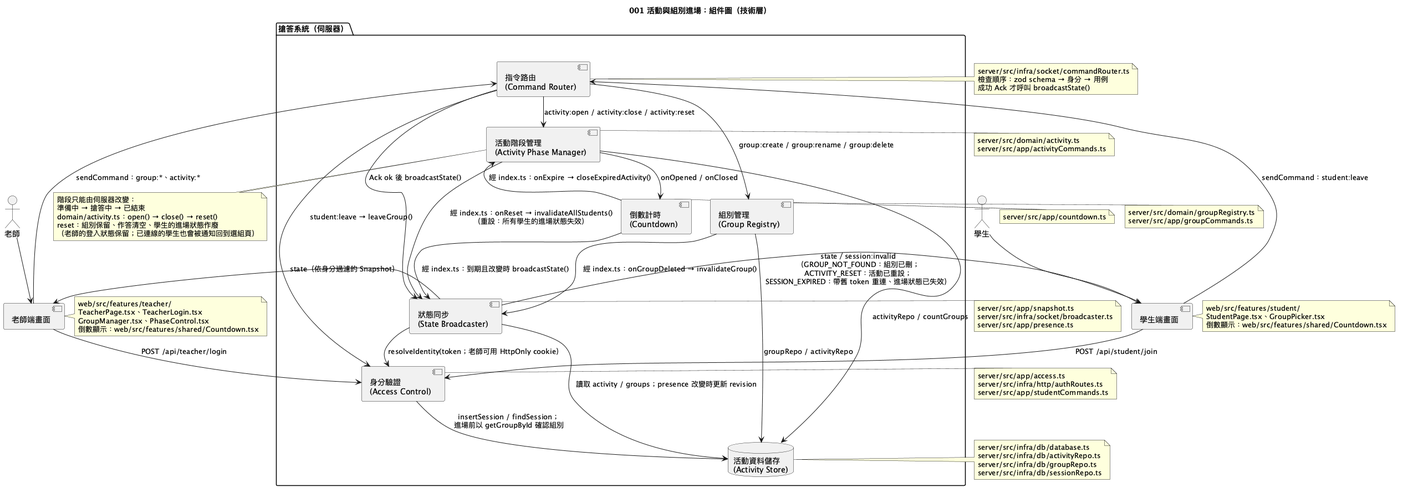
Before: diagrams/001-activity-session-component.png, a diagram exported from PlantUML (Danielweng0902/Answering-System_speckit).
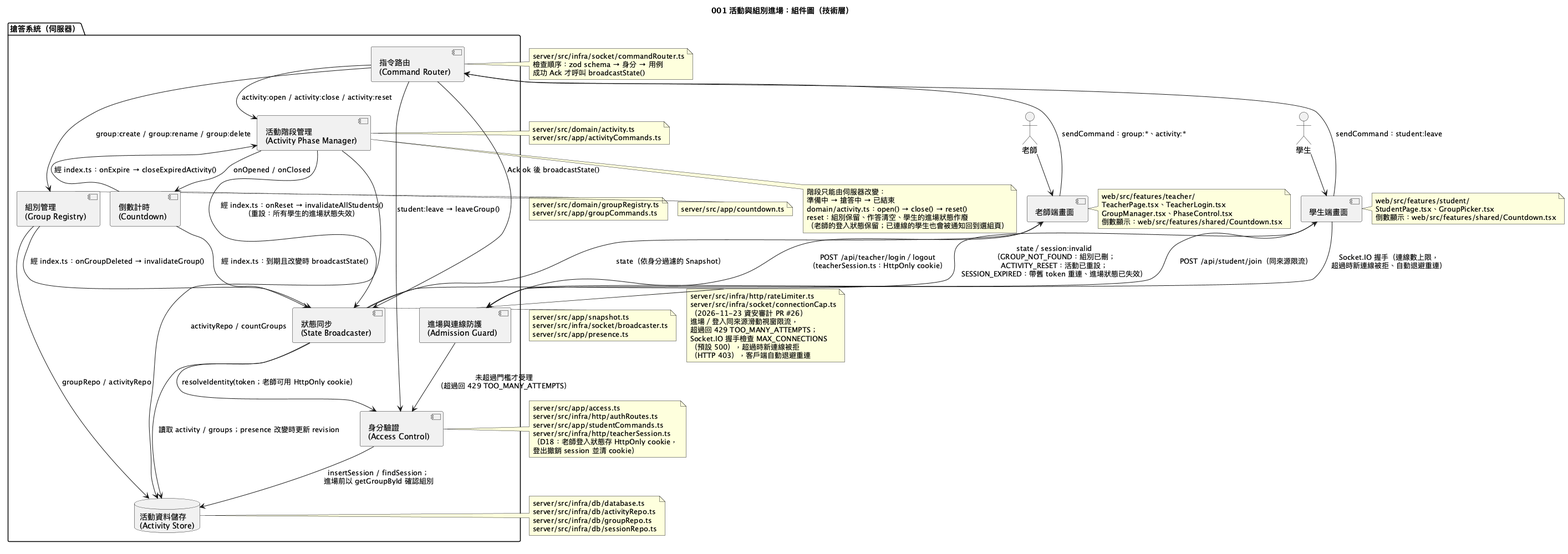
After the commit.

The edit, as a diff of the source:
```diff
@@ -11,6 +11,7 @@
 
 package "搶答系統（伺服器）" as Server {
   component "身分驗證\n(Access Control)" as Auth
+  component "進場與連線防護\n(Admission Guard)" as Guard
   component "組別管理\n(Group Registry)" as Groups
   component "活動階段管理\n(Activity Phase Manager)" as Phase
   component "倒數計時\n(Countdown)" as Timer
@@ -36,6 +37,20 @@
   server/src/app/access.ts
   server/src/infra/http/authRoutes.ts
   server/src/app/studentCommands.ts
+  server/src/infra/http/teacherSession.ts
+  （D18：老師登入狀態存 HttpOnly cookie，
+  登出撤銷 session 並清 cookie）
+end note
+
+note right of Guard
+  server/src/infra/http/rateLimiter.ts
+  server/src/infra/socket/connectionCap.ts
+  （2026-11-23 資安審計 PR #26）
+  進場／登入同來源滑動視窗限流，
+  超過回 429 TOO_MANY_ATTEMPTS；
+  Socket.IO 握手檢查 MAX_CONNECTIONS
+  （預設 500），超過時新連線被拒
+  （HTTP 403），客戶端自動退避重連
 end note
 
 note right of Groups
@@ -74,8 +89,10 @@
 Teacher --> TeacherUI
 Student --> StudentUI
 
-TeacherUI --> Auth : POST /api/teacher/login
-StudentUI --> Auth : POST /api/student/join
+TeacherUI --> Guard : POST /api/teacher/login／logout\n（teacherSession.ts：HttpOnly cookie）
+StudentUI --> Guard : POST /api/student/join（同來源限流）
+Guard --> Auth : 未超過門檻才受理\n（超過回 429 TOO_MANY_ATTEMPTS）
+StudentUI --> Guard : Socket.IO 握手（連線數上限，\n超過時新連線被拒、自動退避重連）
 Auth --> Store : insertSession / findSession；\n進場前以 getGroupById 確認組別
 
 TeacherUI --> Router : sendCommand：group:*、activity:*
```
